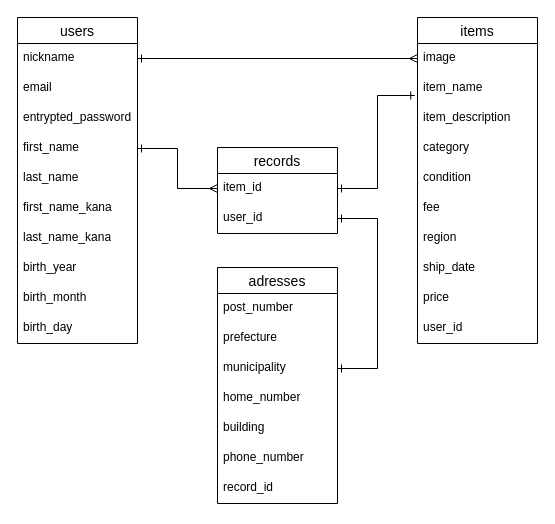
haru-mq/furima-42193 keeps this draw.io diagram as er.dio. Above is the earlier version. Source tidied: cells renumbered, new cells numbered last; positions are measured from the earlier drawing's top-left corner, leaving out a move shared by most shapes. Both pictures are drawn from the tidied source at 100%, with x=0, y=0 at pixel (17, 17).
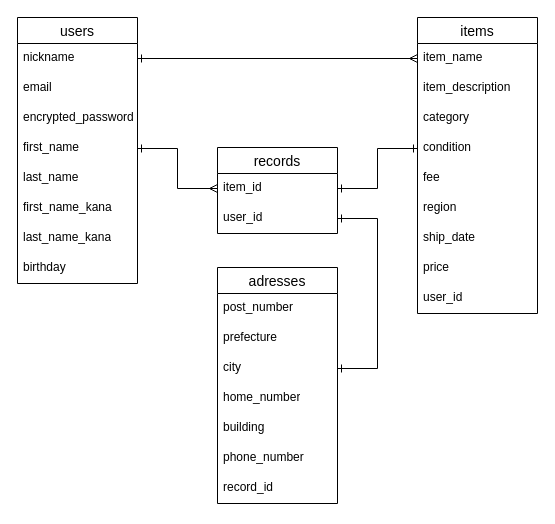
The same diagram, later.

Commit message (it also covers changes not shown here):
database_design #2

Unchanged cells that the change refers to:
```xml
<mxCell id="3" value="nickname" style="text;strokeColor=none;fillColor=none;spacingLeft=4;spacingRight=4;overflow=hidden;points=[[0,0.5],[1,0.5]];portConstraint=eastwest;fontSize=12;whiteSpace=wrap;html=1;" parent="2" vertex="1">
  <mxGeometry y="26" width="120" height="30" as="geometry" />
</mxCell>
<mxCell id="25" value="item_id" style="text;strokeColor=none;fillColor=none;spacingLeft=4;spacingRight=4;overflow=hidden;points=[[0,0.5],[1,0.5]];portConstraint=eastwest;fontSize=12;whiteSpace=wrap;html=1;" parent="24" vertex="1">
  <mxGeometry y="26" width="120" height="30" as="geometry" />
</mxCell>
<mxCell id="27" value="adresses" style="swimlane;fontStyle=0;horizontal=1;startSize=26;align=center;fontSize=14;" parent="1" vertex="1">
  <mxGeometry x="200" y="250" width="120" height="236" as="geometry" />
</mxCell>
```

What changed in the source:
```diff
@@
     <mxCell id="2" value="users" style="swimlane;fontStyle=0;horizontal=1;startSize=26;align=center;fontSize=14;" parent="1" vertex="1">
-      <mxGeometry width="120" height="326" as="geometry" />
+      <mxGeometry width="120" height="266" as="geometry" />
     </mxCell>
@@
-    <mxCell id="5" value="entrypted_password" style="text;strokeColor=none;fillColor=none;spacingLeft=4;spacingRight=4;overflow=hidden;fontSize=12;whiteSpace=wrap;html=1;" parent="2" vertex="1">
+    <mxCell id="5" value="encrypted_password" style="text;strokeColor=none;fillColor=none;spacingLeft=4;spacingRight=4;overflow=hidden;fontSize=12;whiteSpace=wrap;html=1;" parent="2" vertex="1">
       <mxGeometry y="86" width="120" height="30" as="geometry" />
     </mxCell>
@@
-    <mxCell id="10" value="birth_year" style="text;strokeColor=none;fillColor=none;spacingLeft=4;spacingRight=4;overflow=hidden;fontSize=12;whiteSpace=wrap;html=1;" parent="2" vertex="1">
+    <mxCell id="10" value="birthday" style="text;strokeColor=none;fillColor=none;spacingLeft=4;spacingRight=4;overflow=hidden;fontSize=12;whiteSpace=wrap;html=1;" parent="2" vertex="1">
       <mxGeometry y="236" width="120" height="30" as="geometry" />
     </mxCell>
-    <mxCell id="11" value="birth_month" style="text;strokeColor=none;fillColor=none;spacingLeft=4;spacingRight=4;overflow=hidden;fontSize=12;whiteSpace=wrap;html=1;" parent="2" vertex="1">
-      <mxGeometry y="266" width="120" height="30" as="geometry" />
-    </mxCell>
-    <mxCell id="12" value="birth_day" style="text;strokeColor=none;fillColor=none;spacingLeft=4;spacingRight=4;overflow=hidden;fontSize=12;whiteSpace=wrap;html=1;" parent="2" vertex="1">
-      <mxGeometry y="296" width="120" height="30" as="geometry" />
-    </mxCell>
     <mxCell id="13" value="items" style="swimlane;fontStyle=0;horizontal=1;startSize=26;align=center;fontSize=14;" parent="1" vertex="1">
-      <mxGeometry x="400" width="120" height="326" as="geometry" />
+      <mxGeometry x="400" width="120" height="296" as="geometry" />
     </mxCell>
-    <mxCell id="14" value="image" style="text;strokeColor=none;fillColor=none;spacingLeft=4;spacingRight=4;overflow=hidden;points=[[0,0.5],[1,0.5]];portConstraint=eastwest;fontSize=12;whiteSpace=wrap;html=1;" parent="13" vertex="1">
-      <mxGeometry y="26" width="120" height="30" as="geometry" />
-    </mxCell>
     <mxCell id="15" value="item_name" style="text;strokeColor=none;fillColor=none;spacingLeft=4;spacingRight=4;overflow=hidden;points=[[0,0.5],[1,0.5]];portConstraint=eastwest;fontSize=12;whiteSpace=wrap;html=1;" parent="13" vertex="1">
-      <mxGeometry y="56" width="120" height="30" as="geometry" />
+      <mxGeometry y="26" width="120" height="30" as="geometry" />
     </mxCell>
     <mxCell id="16" value="item_description" style="text;strokeColor=none;fillColor=none;spacingLeft=4;spacingRight=4;overflow=hidden;fontSize=12;whiteSpace=wrap;html=1;" parent="13" vertex="1">
-      <mxGeometry y="86" width="120" height="30" as="geometry" />
+      <mxGeometry y="56" width="120" height="30" as="geometry" />
     </mxCell>
     <mxCell id="17" value="category" style="text;strokeColor=none;fillColor=none;spacingLeft=4;spacingRight=4;overflow=hidden;fontSize=12;whiteSpace=wrap;html=1;" parent="13" vertex="1">
-      <mxGeometry y="116" width="120" height="30" as="geometry" />
+      <mxGeometry y="86" width="120" height="30" as="geometry" />
     </mxCell>
     <mxCell id="18" value="condition" style="text;strokeColor=none;fillColor=none;spacingLeft=4;spacingRight=4;overflow=hidden;points=[[0,0.5],[1,0.5]];portConstraint=eastwest;fontSize=12;whiteSpace=wrap;html=1;" parent="13" vertex="1">
-      <mxGeometry y="146" width="120" height="30" as="geometry" />
+      <mxGeometry y="116" width="120" height="30" as="geometry" />
     </mxCell>
     <mxCell id="19" value="fee" style="text;strokeColor=none;fillColor=none;spacingLeft=4;spacingRight=4;overflow=hidden;fontSize=12;whiteSpace=wrap;html=1;" parent="13" vertex="1">
-      <mxGeometry y="176" width="120" height="30" as="geometry" />
+      <mxGeometry y="146" width="120" height="30" as="geometry" />
     </mxCell>
     <mxCell id="20" value="region" style="text;strokeColor=none;fillColor=none;spacingLeft=4;spacingRight=4;overflow=hidden;fontSize=12;whiteSpace=wrap;html=1;" parent="13" vertex="1">
-      <mxGeometry y="206" width="120" height="30" as="geometry" />
+      <mxGeometry y="176" width="120" height="30" as="geometry" />
     </mxCell>
     <mxCell id="21" value="ship_date" style="text;strokeColor=none;fillColor=none;spacingLeft=4;spacingRight=4;overflow=hidden;fontSize=12;whiteSpace=wrap;html=1;" parent="13" vertex="1">
-      <mxGeometry y="236" width="120" height="30" as="geometry" />
+      <mxGeometry y="206" width="120" height="30" as="geometry" />
     </mxCell>
     <mxCell id="22" value="price" style="text;strokeColor=none;fillColor=none;spacingLeft=4;spacingRight=4;overflow=hidden;fontSize=12;whiteSpace=wrap;html=1;" parent="13" vertex="1">
-      <mxGeometry y="266" width="120" height="30" as="geometry" />
+      <mxGeometry y="236" width="120" height="30" as="geometry" />
     </mxCell>
     <mxCell id="23" value="user_id" style="text;strokeColor=none;fillColor=none;spacingLeft=4;spacingRight=4;overflow=hidden;fontSize=12;whiteSpace=wrap;html=1;" parent="13" vertex="1">
-      <mxGeometry y="296" width="120" height="30" as="geometry" />
+      <mxGeometry y="266" width="120" height="30" as="geometry" />
     </mxCell>
@@
-    <mxCell id="30" value="municipality" style="text;strokeColor=none;fillColor=none;spacingLeft=4;spacingRight=4;overflow=hidden;points=[[0,0.5],[1,0.5]];portConstraint=eastwest;fontSize=12;whiteSpace=wrap;html=1;" parent="27" vertex="1">
+    <mxCell id="30" value="city" style="text;strokeColor=none;fillColor=none;spacingLeft=4;spacingRight=4;overflow=hidden;points=[[0,0.5],[1,0.5]];portConstraint=eastwest;fontSize=12;whiteSpace=wrap;html=1;" parent="27" vertex="1">
       <mxGeometry y="86" width="120" height="30" as="geometry" />
     </mxCell>
@@
-    <mxCell id="36" style="edgeStyle=none;html=1;exitX=1;exitY=0.5;exitDx=0;exitDy=0;entryX=0;entryY=0.5;entryDx=0;entryDy=0;startArrow=ERone;startFill=0;endArrow=ERmany;endFill=0;" parent="1" edge="1" source="3" target="14">
-      <mxGeometry relative="1" as="geometry" />
+    <mxCell id="36" style="edgeStyle=none;html=1;exitX=1;exitY=0.5;exitDx=0;exitDy=0;entryX=0;entryY=0.5;entryDx=0;entryDy=0;startArrow=ERone;startFill=0;endArrow=ERmany;endFill=0;" parent="1" edge="1" source="3">
+      <mxGeometry relative="1" as="geometry">
+        <mxPoint x="400" y="41" as="targetPoint" />
+      </mxGeometry>
     </mxCell>
-    <mxCell id="37" style="edgeStyle=orthogonalEdgeStyle;html=1;exitX=1;exitY=0.5;exitDx=0;exitDy=0;entryX=-0.023;entryY=0.733;entryDx=0;entryDy=0;entryPerimeter=0;rounded=0;curved=0;startArrow=ERone;startFill=0;endArrow=ERone;endFill=0;" parent="1" edge="1" source="25" target="15">
+    <mxCell id="37" style="edgeStyle=orthogonalEdgeStyle;html=1;exitX=1;exitY=0.5;exitDx=0;exitDy=0;entryX=0;entryY=0.5;entryDx=0;entryDy=0;rounded=0;curved=0;startArrow=ERone;startFill=0;endArrow=ERone;endFill=0;" parent="1" edge="1" source="25" target="18">
       <mxGeometry relative="1" as="geometry" />
     </mxCell>
```
